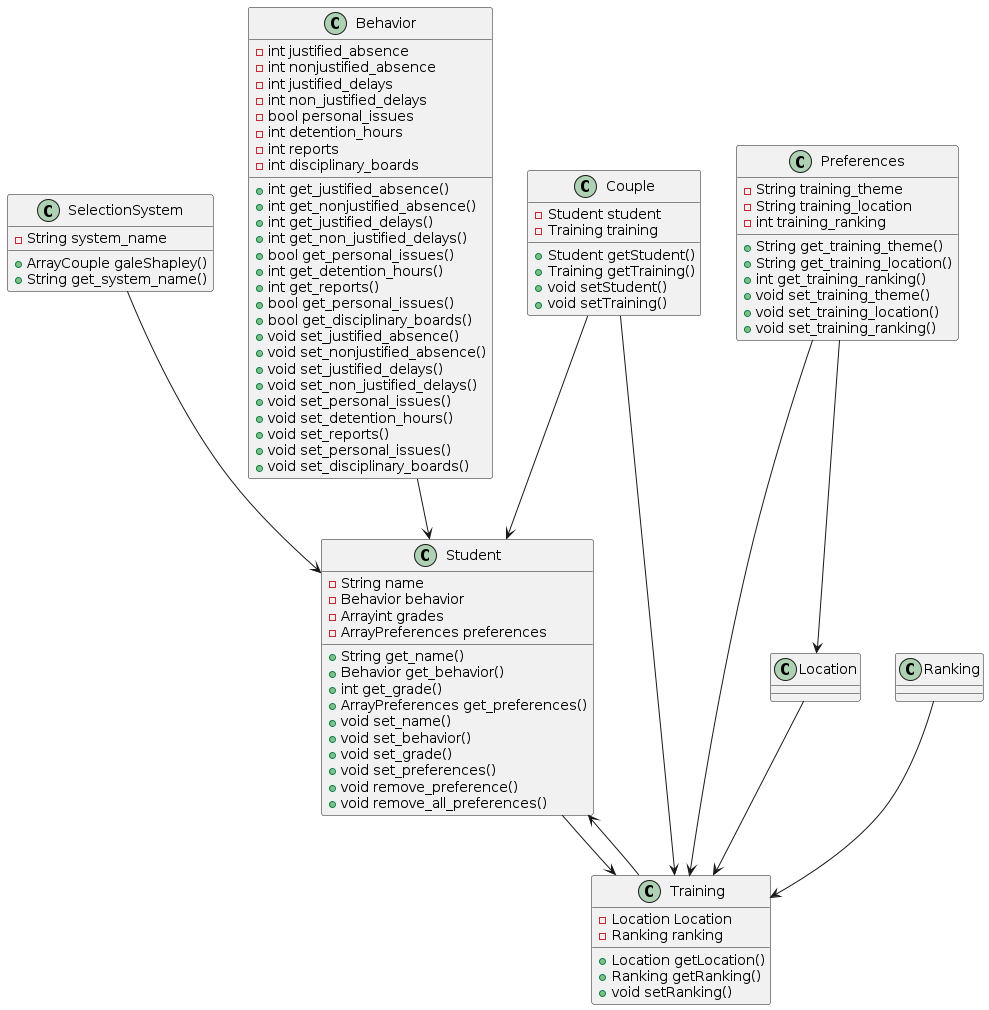
This is uml/diagram.png from Padrese/selection_sys, a PlantUML export, as it was before one commit.
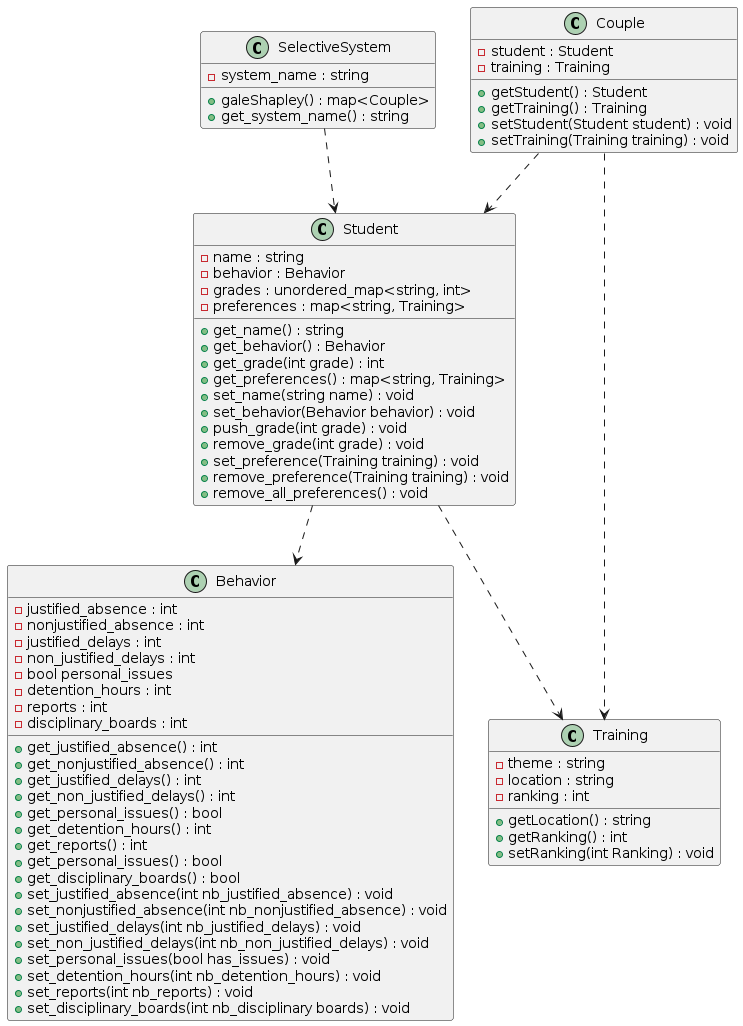
The same file after the commit.

Commit message:
Changed .plantuml to adapt to UML creation norms

The edit, as a diff of the source:
```diff
@@ -1,100 +1,83 @@
 @startuml diagram
 
-SelectionSystem --> Student
-Student --> Training
-Training --> Student
-Couple --> Student
-Couple --> Training
-Behavior --> Student
-Location --> Training
-Ranking --> Training
-Preferences --> Training
-Preferences --> Location
+SelectiveSystem ..> Student
+Student ..> Behavior
+Student ..> Training
+Couple ..> Student
+Couple ..> Training
 
 
 class Student {
-    -String name
-    -Behavior behavior
-    -Arrayint grades
-    -ArrayPreferences preferences
-    +String get_name()
-    +Behavior get_behavior()
-    +int get_grade()
-    +ArrayPreferences get_preferences()
-    +void set_name()
-    +void set_behavior()
-    +void set_grade()
-    +void set_preferences()
-    +void remove_preference()
-    +void remove_all_preferences()
-}
-
-class Preferences {
-    -String training_theme
-    -String training_location
-    -int training_ranking
-    +String get_training_theme()
-    +String get_training_location()
-    +int get_training_ranking()
-    +void set_training_theme()
-    +void set_training_location()
-    +void set_training_ranking()
+    -name : string
+    -behavior : Behavior
+    -grades : unordered_map<string, int>
+    -preferences : map<string, Training>
+    +get_name() : string
+    +get_behavior() : Behavior
+    +get_grade(int grade) : int
+    +get_preferences() : map<string, Training>
+    +set_name(string name) : void
+    +set_behavior(Behavior behavior) : void
+    +push_grade(int grade) : void
+    +remove_grade(int grade) : void
+    +set_preference(Training training) : void
+    +remove_preference(Training training) : void
+    +remove_all_preferences() : void
 }
 
 
 
-class SelectionSystem {
-    -String system_name
-    + ArrayCouple galeShapley()
-    + String get_system_name()
+class SelectiveSystem {
+    -system_name : string
+    + galeShapley() : map<Couple>
+    + get_system_name() : string
 }
 
 class Training {
-    - Location Location
-    - Ranking ranking
-    + Location getLocation()
-    + Ranking getRanking()
-    + void setRanking()
+    - theme : string
+    - location : string
+    - ranking : int
+    + getLocation() : string
+    + getRanking() : int
+    + setRanking(int Ranking) : void
 }
 
 
 class Behavior {
-    -int justified_absence
-    -int nonjustified_absence
-    -int justified_delays
-    -int non_justified_delays
+    -justified_absence : int
+    -nonjustified_absence : int
+    -justified_delays : int
+    -non_justified_delays : int
     -bool personal_issues
-    -int detention_hours
-    -int reports
-    -int disciplinary_boards
-    +int get_justified_absence()
-    +int get_nonjustified_absence()
-    +int get_justified_delays()
-    +int get_non_justified_delays()
-    +bool get_personal_issues()
-    +int get_detention_hours()
-    +int get_reports()
-    +bool get_personal_issues()
-    +bool get_disciplinary_boards()
-    +void set_justified_absence()
-    +void set_nonjustified_absence()
-    +void set_justified_delays()
-    +void set_non_justified_delays()
-    +void set_personal_issues()
-    +void set_detention_hours()
-    +void set_reports()
-    +void set_personal_issues()
-    +void set_disciplinary_boards()
-
+    -detention_hours : int
+    -reports : int
+    -disciplinary_boards : int
+    +get_justified_absence() : int
+    +get_nonjustified_absence() : int
+    +get_justified_delays() : int
+    +get_non_justified_delays() : int
+    +get_personal_issues() : bool
+    +get_detention_hours() : int
+    +get_reports() : int
+    +get_personal_issues() : bool
+    +get_disciplinary_boards() : bool
+    +set_justified_absence(int nb_justified_absence) : void
+    +set_nonjustified_absence(int nb_nonjustified_absence) : void
+    +set_justified_delays(int nb_justified_delays) : void
+    +set_non_justified_delays(int nb_non_justified_delays) : void
+    +set_personal_issues(bool has_issues) : void
+    +set_detention_hours(int nb_detention_hours) : void
+    +set_reports(int nb_reports) : void
+    +set_disciplinary_boards(int nb_disciplinary boards) : void
 }
 
 class Couple {
-    -Student student
-    -Training training
-    + Student getStudent()
-    + Training getTraining()
-    + void setStudent()
-    + void setTraining()
+    -student : Student
+    -training : Training
+    + getStudent() : Student
+    + getTraining() : Training
+    + setStudent(Student student) : void
+    + setTraining(Training training) : void
 }
 
 
```
